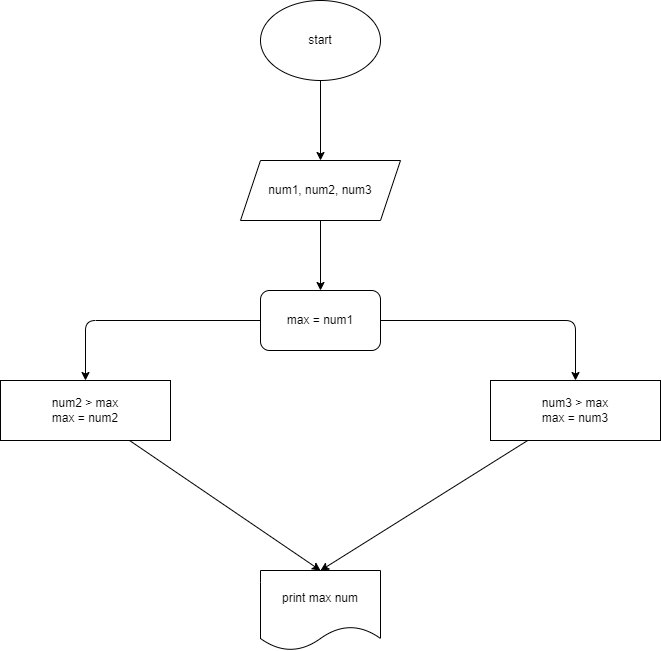
The draw.io diagram Seminar1.1/ex02.drawio.png in Vildan3/HomeWork, before a commit. Source tidied: cells renumbered, new cells last; positions are measured from the earlier drawing's top-left corner, leaving out a move shared by most shapes. Its diagram source:
```xml
<mxGraphModel>
  <root>
    <mxCell id="0" />
    <mxCell id="1" parent="0" />
    <mxCell id="2" style="edgeStyle=none;html=1;" parent="1" edge="1" source="3">
      <mxGeometry relative="1" as="geometry">
        <mxPoint x="320" y="160" as="targetPoint" />
      </mxGeometry>
    </mxCell>
    <mxCell id="3" value="start" style="ellipse;whiteSpace=wrap;html=1;" parent="1" vertex="1">
      <mxGeometry x="260" width="120" height="80" as="geometry" />
    </mxCell>
    <mxCell id="4" style="edgeStyle=none;html=1;" parent="1" edge="1" source="5">
      <mxGeometry relative="1" as="geometry">
        <mxPoint x="320" y="290" as="targetPoint" />
      </mxGeometry>
    </mxCell>
    <mxCell id="5" value="num1, num2, num3" style="shape=parallelogram;perimeter=parallelogramPerimeter;whiteSpace=wrap;html=1;fixedSize=1;" parent="1" vertex="1">
      <mxGeometry x="240" y="160" width="160" height="60" as="geometry" />
    </mxCell>
    <mxCell id="6" style="edgeStyle=none;html=1;entryX=0.5;entryY=0;entryDx=0;entryDy=0;" parent="1" edge="1" source="8" target="10">
      <mxGeometry relative="1" as="geometry">
        <Array as="points">
          <mxPoint x="85" y="320" />
        </Array>
      </mxGeometry>
    </mxCell>
    <mxCell id="7" style="edgeStyle=none;html=1;entryX=0.5;entryY=0;entryDx=0;entryDy=0;" parent="1" edge="1" source="8" target="12">
      <mxGeometry relative="1" as="geometry">
        <Array as="points">
          <mxPoint x="575" y="320" />
        </Array>
      </mxGeometry>
    </mxCell>
    <mxCell id="8" value="max = num1" style="rounded=1;whiteSpace=wrap;html=1;" parent="1" vertex="1">
      <mxGeometry x="260" y="290" width="120" height="60" as="geometry" />
    </mxCell>
    <mxCell id="9" style="edgeStyle=none;html=1;entryX=0.5;entryY=0;entryDx=0;entryDy=0;" parent="1" edge="1" source="10" target="13">
      <mxGeometry relative="1" as="geometry" />
    </mxCell>
    <mxCell id="10" value="num2 &amp;gt; max&lt;br&gt;max = num2" style="rounded=0;whiteSpace=wrap;html=1;" parent="1" vertex="1">
      <mxGeometry y="380" width="170" height="60" as="geometry" />
    </mxCell>
    <mxCell id="11" style="edgeStyle=none;html=1;entryX=0.5;entryY=0;entryDx=0;entryDy=0;" parent="1" edge="1" source="12" target="13">
      <mxGeometry relative="1" as="geometry" />
    </mxCell>
    <mxCell id="12" value="num3 &amp;gt; max&lt;br&gt;max = num3" style="rounded=0;whiteSpace=wrap;html=1;" parent="1" vertex="1">
      <mxGeometry x="490" y="380" width="170" height="60" as="geometry" />
    </mxCell>
    <mxCell id="13" value="print max num" style="shape=document;whiteSpace=wrap;html=1;boundedLbl=1;" parent="1" vertex="1">
      <mxGeometry x="260" y="570" width="120" height="80" as="geometry" />
    </mxCell>
  </root>
</mxGraphModel>
```
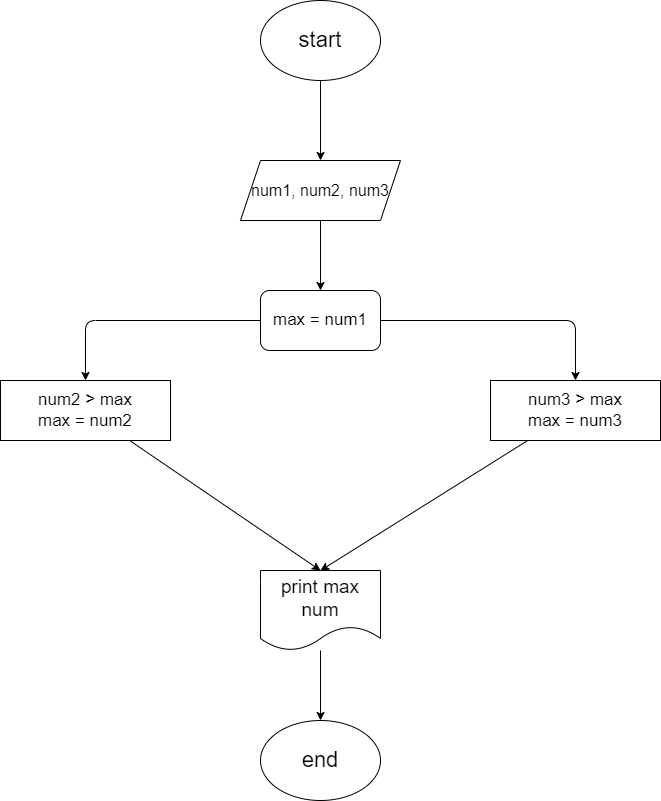
Later version of the same file.

Commit message:
Исправил блок схему

Change to the diagram source:
```diff
@@ -7,7 +7,7 @@
         <mxPoint x="320" y="160" as="targetPoint" />
       </mxGeometry>
     </mxCell>
-    <mxCell id="3" value="start" style="ellipse;whiteSpace=wrap;html=1;" parent="1" vertex="1">
+    <mxCell id="3" value="&lt;font style=&quot;font-size: 22px&quot;&gt;start&lt;/font&gt;" style="ellipse;whiteSpace=wrap;html=1;" parent="1" vertex="1">
       <mxGeometry x="260" width="120" height="80" as="geometry" />
     </mxCell>
     <mxCell id="4" style="edgeStyle=none;html=1;" parent="1" edge="1" source="5">
@@ -15,7 +15,7 @@
         <mxPoint x="320" y="290" as="targetPoint" />
       </mxGeometry>
     </mxCell>
-    <mxCell id="5" value="num1, num2, num3" style="shape=parallelogram;perimeter=parallelogramPerimeter;whiteSpace=wrap;html=1;fixedSize=1;" parent="1" vertex="1">
+    <mxCell id="5" value="&lt;font style=&quot;font-size: 16px&quot;&gt;num1, num2, num3&lt;/font&gt;" style="shape=parallelogram;perimeter=parallelogramPerimeter;whiteSpace=wrap;html=1;fixedSize=1;" parent="1" vertex="1">
       <mxGeometry x="240" y="160" width="160" height="60" as="geometry" />
     </mxCell>
     <mxCell id="6" style="edgeStyle=none;html=1;entryX=0.5;entryY=0;entryDx=0;entryDy=0;" parent="1" edge="1" source="8" target="10">
@@ -32,23 +32,29 @@
         </Array>
       </mxGeometry>
     </mxCell>
-    <mxCell id="8" value="max = num1" style="rounded=1;whiteSpace=wrap;html=1;" parent="1" vertex="1">
+    <mxCell id="8" value="&lt;font style=&quot;font-size: 17px&quot;&gt;max = num1&lt;/font&gt;" style="rounded=1;whiteSpace=wrap;html=1;" parent="1" vertex="1">
       <mxGeometry x="260" y="290" width="120" height="60" as="geometry" />
     </mxCell>
     <mxCell id="9" style="edgeStyle=none;html=1;entryX=0.5;entryY=0;entryDx=0;entryDy=0;" parent="1" edge="1" source="10" target="13">
       <mxGeometry relative="1" as="geometry" />
     </mxCell>
-    <mxCell id="10" value="num2 &amp;gt; max&lt;br&gt;max = num2" style="rounded=0;whiteSpace=wrap;html=1;" parent="1" vertex="1">
+    <mxCell id="10" value="&lt;font style=&quot;font-size: 17px&quot;&gt;num2 &amp;gt; max&lt;br&gt;max = num2&lt;/font&gt;" style="rounded=0;whiteSpace=wrap;html=1;" parent="1" vertex="1">
       <mxGeometry y="380" width="170" height="60" as="geometry" />
     </mxCell>
     <mxCell id="11" style="edgeStyle=none;html=1;entryX=0.5;entryY=0;entryDx=0;entryDy=0;" parent="1" edge="1" source="12" target="13">
       <mxGeometry relative="1" as="geometry" />
     </mxCell>
-    <mxCell id="12" value="num3 &amp;gt; max&lt;br&gt;max = num3" style="rounded=0;whiteSpace=wrap;html=1;" parent="1" vertex="1">
+    <mxCell id="12" value="&lt;font style=&quot;font-size: 17px&quot;&gt;num3 &amp;gt; max&lt;br&gt;max = num3&lt;/font&gt;" style="rounded=0;whiteSpace=wrap;html=1;" parent="1" vertex="1">
       <mxGeometry x="490" y="380" width="170" height="60" as="geometry" />
     </mxCell>
+    <mxCell id="14" style="edgeStyle=none;html=1;" parent="1" edge="1" source="13" target="15">
+      <mxGeometry relative="1" as="geometry" />
+    </mxCell>
-    <mxCell id="13" value="print max num" style="shape=document;whiteSpace=wrap;html=1;boundedLbl=1;" parent="1" vertex="1">
+    <mxCell id="13" value="&lt;font style=&quot;font-size: 19px&quot;&gt;print max num&lt;/font&gt;" style="shape=document;whiteSpace=wrap;html=1;boundedLbl=1;" parent="1" vertex="1">
       <mxGeometry x="260" y="570" width="120" height="80" as="geometry" />
     </mxCell>
+    <mxCell id="15" value="&lt;font style=&quot;font-size: 22px&quot;&gt;end&lt;/font&gt;" style="ellipse;whiteSpace=wrap;html=1;" parent="1" vertex="1">
+      <mxGeometry x="260" y="720" width="120" height="80" as="geometry" />
+    </mxCell>
   </root>
 </mxGraphModel>
```
